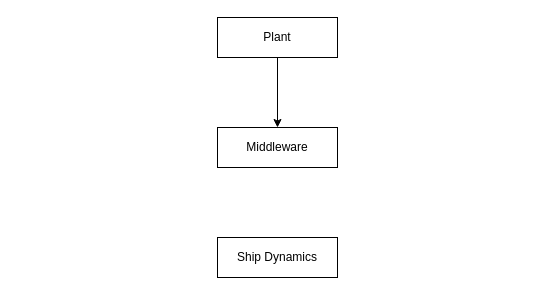
Above: Unist과제.drawio in CCajungg/ISO-project (draw.io), before the change. Source tidied: cells renumbered, new cells numbered last; positions are measured from the earlier drawing's top-left corner, leaving out a move shared by most shapes. Both pictures are drawn from the tidied source at 100%, with x=0, y=0 at pixel (217, 17).
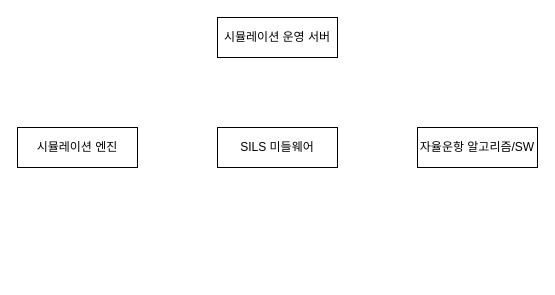
Above is the later version.

Commit message (it also covers changes not shown here):
Unist과제.drawio 업데이트

Change to the diagram source:
```diff
@@
 <mxGraphModel>
   <root>
     <mxCell id="0" />
     <mxCell id="1" parent="0" />
-    <mxCell id="2" style="edgeStyle=orthogonalEdgeStyle;rounded=0;jettySize=auto;html=1;entryX=0.5;entryY=0;entryDx=0;entryDy=0;" parent="1" edge="1" source="3" target="5">
-      <mxGeometry relative="1" as="geometry" />
-    </mxCell>
-    <mxCell id="3" value="Plant" style="rounded=0;whiteSpace=wrap;html=1;fillColor=none;" parent="1" vertex="1">
+    <mxCell id="3" value="시뮬레이션 운영 서버" style="rounded=0;whiteSpace=wrap;html=1;fillColor=none;" parent="1" vertex="1">
       <mxGeometry width="120" height="40" as="geometry" />
     </mxCell>
-    <mxCell id="4" value="Ship Dynamics" style="rounded=0;whiteSpace=wrap;html=1;fillColor=none;" parent="1" vertex="1">
-      <mxGeometry y="220" width="120" height="40" as="geometry" />
+    <mxCell id="4" value="시뮬레이션 엔진" style="rounded=0;whiteSpace=wrap;html=1;fillColor=none;" parent="1" vertex="1">
+      <mxGeometry x="-200" y="110" width="120" height="40" as="geometry" />
     </mxCell>
-    <mxCell id="5" value="Middleware" style="rounded=0;whiteSpace=wrap;html=1;fillColor=none;" parent="1" vertex="1">
+    <mxCell id="5" value="SILS 미들웨어" style="rounded=0;whiteSpace=wrap;html=1;fillColor=none;" parent="1" vertex="1">
       <mxGeometry y="110" width="120" height="40" as="geometry" />
     </mxCell>
+    <mxCell id="6" value="자율운항 알고리즘/SW" style="rounded=0;whiteSpace=wrap;html=1;fillColor=none;" parent="1" vertex="1">
+      <mxGeometry x="200" y="110" width="120" height="40" as="geometry" />
+    </mxCell>
   </root>
 </mxGraphModel>
```
